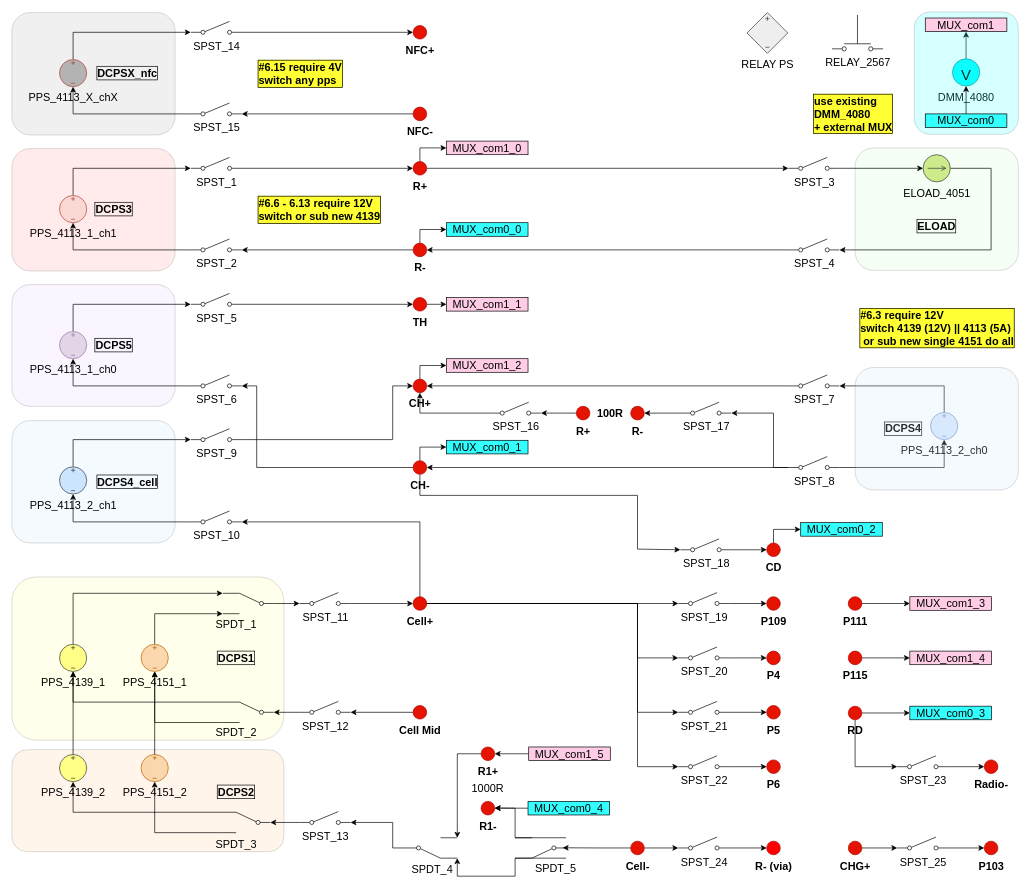
ktlim-xy/draw-io keeps this draw.io diagram as BMS_device_B.drawio. Above is the earlier version. Source tidied: cells renumbered, new cells numbered last; positions are measured from the earlier drawing's top-left corner, leaving out a move shared by most shapes. Both pictures are drawn from the tidied source at 68%, with x=0, y=0 at pixel (12, 12).
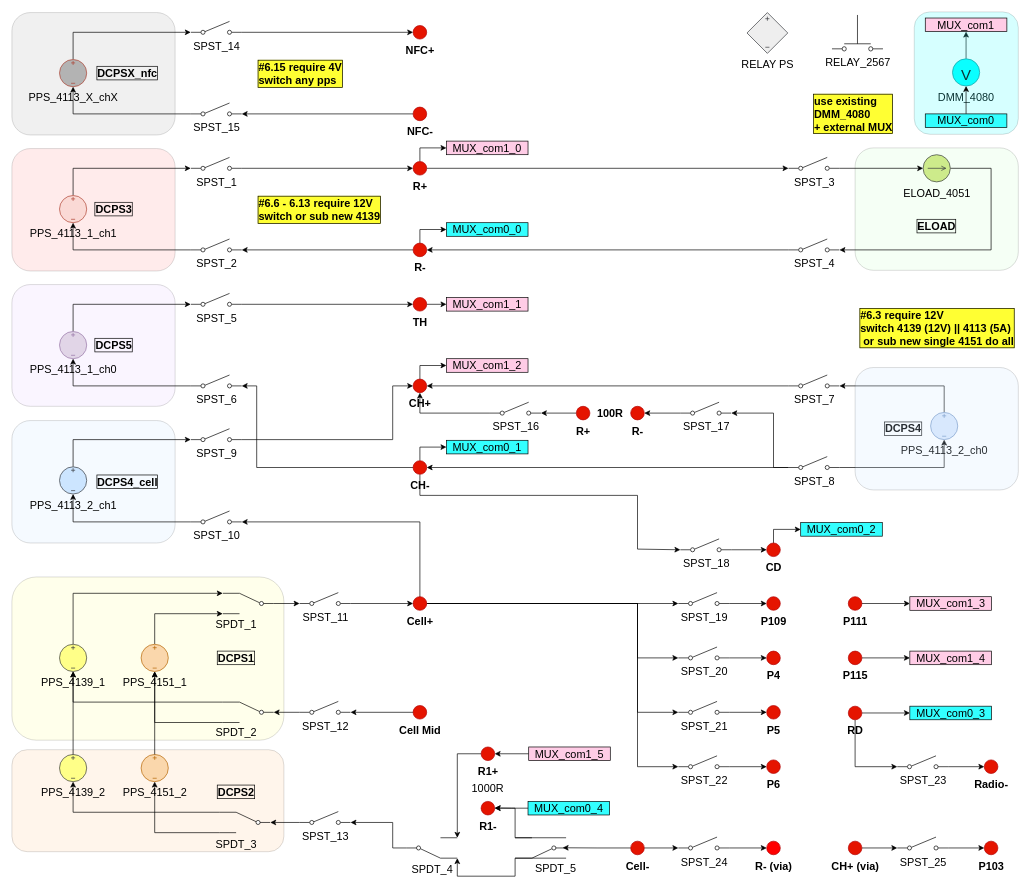
The same page after the edit.

The edit, as a diff of the source:
```diff
@@
-    <mxCell id="132" value="CHG+" style="verticalLabelPosition=bottom;shadow=0;dashed=0;align=center;html=1;verticalAlign=top;strokeWidth=1;shape=ellipse;perimeter=ellipsePerimeter;fillColor=#e51400;fontColor=light-dark(#000000,#FF0000);strokeColor=#B20000;fontSize=16;fontStyle=1;" parent="1" vertex="1">
+    <mxCell id="132" value="CH+ (via)" style="verticalLabelPosition=bottom;shadow=0;dashed=0;align=center;html=1;verticalAlign=top;strokeWidth=1;shape=ellipse;perimeter=ellipsePerimeter;fillColor=#e51400;fontColor=light-dark(#000000,#FF0000);strokeColor=#B20000;fontSize=16;fontStyle=1;" parent="1" vertex="1">
       <mxGeometry x="1230" y="1219.5" width="20" height="20" as="geometry" />
     </mxCell>
```
